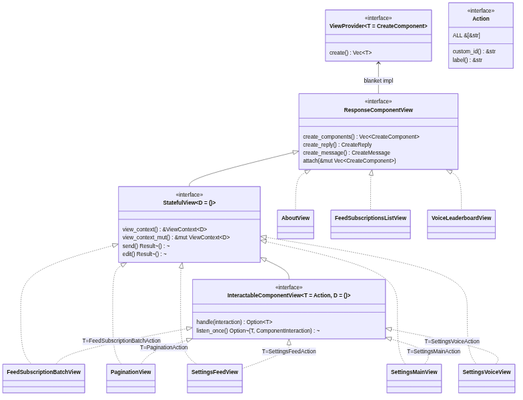
Earlier version of the Mermaid export docs/diagrams/architecture-view-uml.png (FAZuH/pwr-bot). Its source is kept beside it as docs/diagrams/architecture-view-uml.mmd.
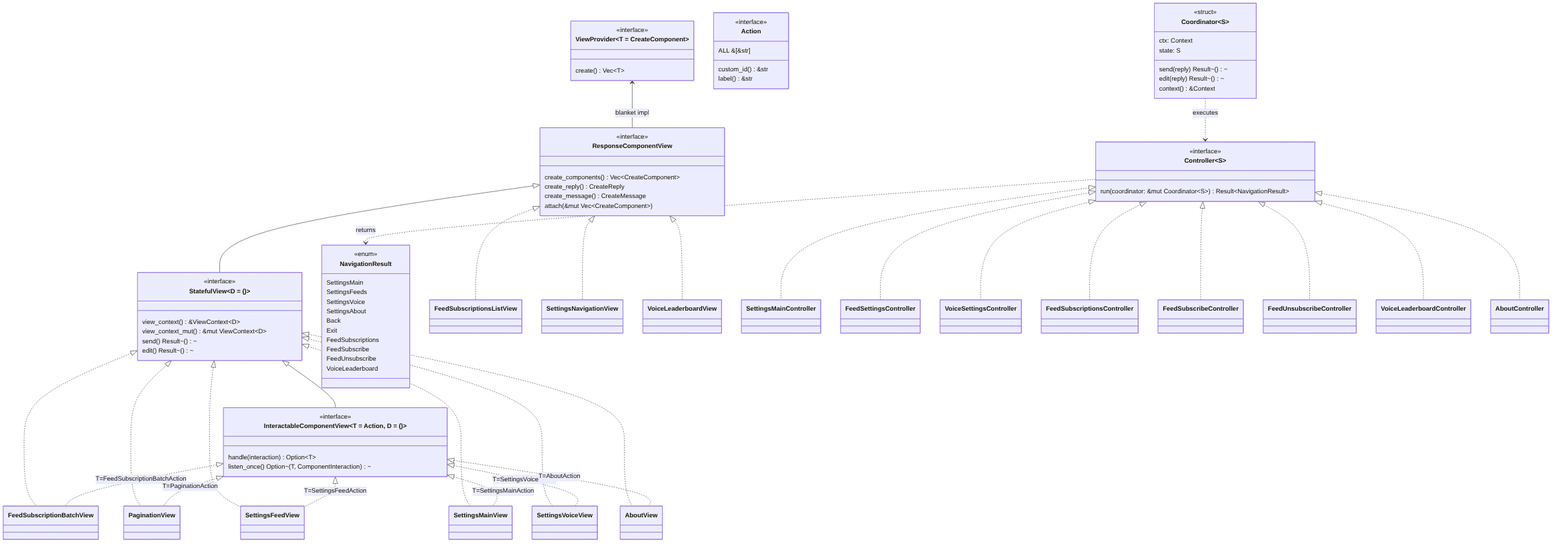
The same file after the commit.

Diff of the diagram source:
```diff
@@ -33,14 +33,32 @@
         label() &str
     }
 
-    class Controller~O~ {
+    class Controller~S~ {
         <<interface>>
-        run() Result~O~
+        run(coordinator: &mut Coordinator~S~) Result~NavigationResult~
     }
 
-    class Coordinator {
+    class Coordinator~S~ {
         <<struct>>
-        run(initial, next) Result~O~
+        ctx: Context
+        state: S
+        send(reply) Result~()~
+        edit(reply) Result~()~
+        context() &Context
+    }
+
+    class NavigationResult {
+        <<enum>>
+        SettingsMain
+        SettingsFeeds
+        SettingsVoice
+        SettingsAbout
+        Back
+        Exit
+        FeedSubscriptions
+        FeedSubscribe
+        FeedUnsubscribe
+        VoiceLeaderboard
     }
 
     ViewProvider <-- ResponseComponentView : blanket impl
@@ -62,29 +80,27 @@
     StatefulView <|.. SettingsFeedView
     StatefulView <|.. SettingsMainView
     StatefulView <|.. SettingsVoiceView
+    StatefulView <|.. AboutView
 
     InteractableComponentView <|.. FeedSubscriptionBatchView : T=FeedSubscriptionBatchAction
     InteractableComponentView <|.. PaginationView : T=PaginationAction
     InteractableComponentView <|.. SettingsFeedView : T=SettingsFeedAction
     InteractableComponentView <|.. SettingsMainView : T=SettingsMainAction
     InteractableComponentView <|.. SettingsVoiceView : T=SettingsVoiceAction
+    InteractableComponentView <|.. AboutView : T=AboutAction
 
-    ResponseComponentView <|.. AboutView
     ResponseComponentView <|.. FeedSubscriptionsListView
     ResponseComponentView <|.. SettingsNavigationView
     ResponseComponentView <|.. VoiceLeaderboardView
 
     Controller <|.. SettingsMainController
-    Controller <|.. SettingsFeedController
-    Controller <|.. SettingsVoiceController
-    Coordinator ..> Controller : manages
+    Controller <|.. FeedSettingsController
+    Controller <|.. VoiceSettingsController
+    Controller <|.. FeedSubscriptionsController
+    Controller <|.. FeedSubscribeController
+    Controller <|.. FeedUnsubscribeController
+    Controller <|.. VoiceLeaderboardController
+    Controller <|.. AboutController
 
-    InteractableComponentView <|.. FeedNavigationView : T=FeedNavigationAction
-    InteractableComponentView <|.. SettingsNavigationView : T=SettingsNavigationAction
-
-    InteractableComponentView <|.. FeedSubscribeView : T=FeedSubscribeAction
-    InteractableComponentView <|.. FeedUnsubscribeView : T=FeedUnsubscribeAction
-
-    ResponseComponentView <|.. FeedSubscribeView
-    ResponseComponentView <|.. FeedUnsubscribeView
-    ResponseComponentView <|.. SettingsMainView
+    Coordinator ..> Controller : executes
+    Controller ..> NavigationResult : returns
```
